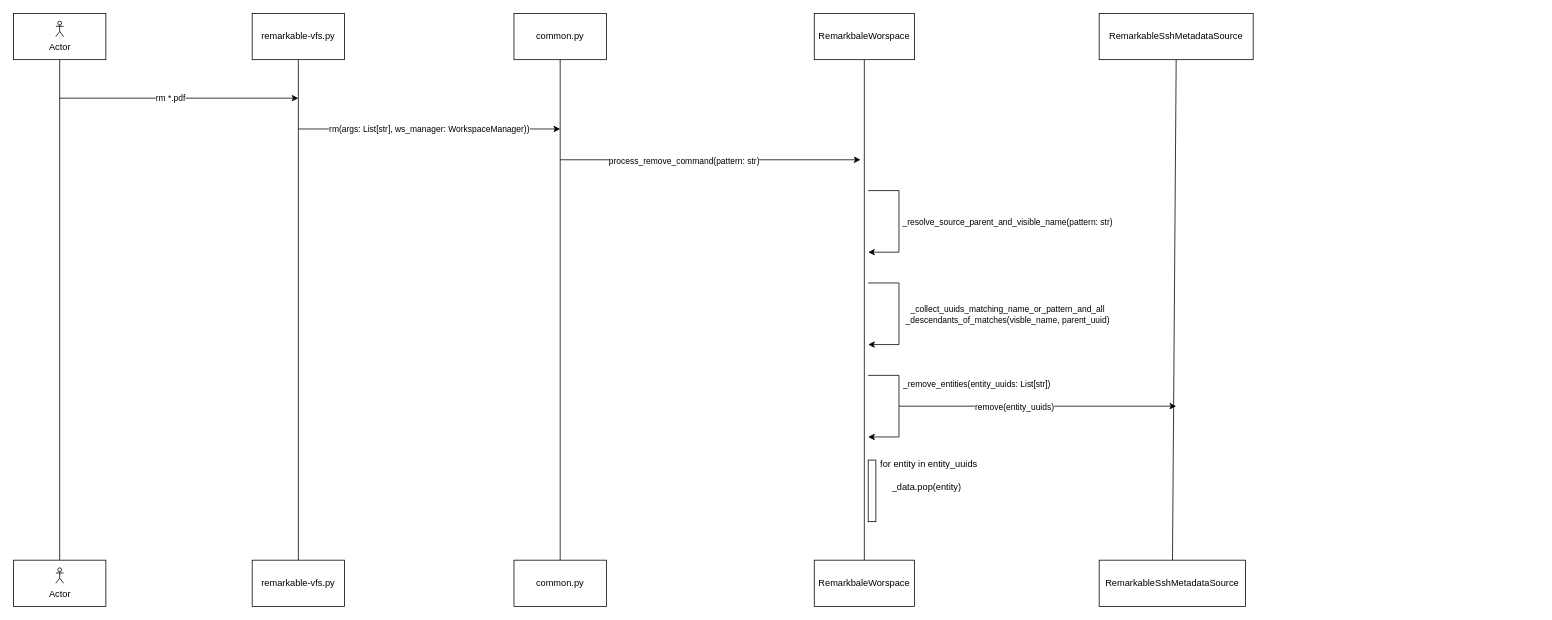
Before: doc/rm-sequence-diagram.drawio in heidi-holappa/remarkable-virtual-filesystem, a draw.io diagram. Source tidied: cells renumbered, new cells numbered last; positions are measured from the earlier drawing's top-left corner, leaving out a move shared by most shapes. Both pictures are drawn from the tidied source at 77%, with x=0, y=0 at pixel (13, 13).
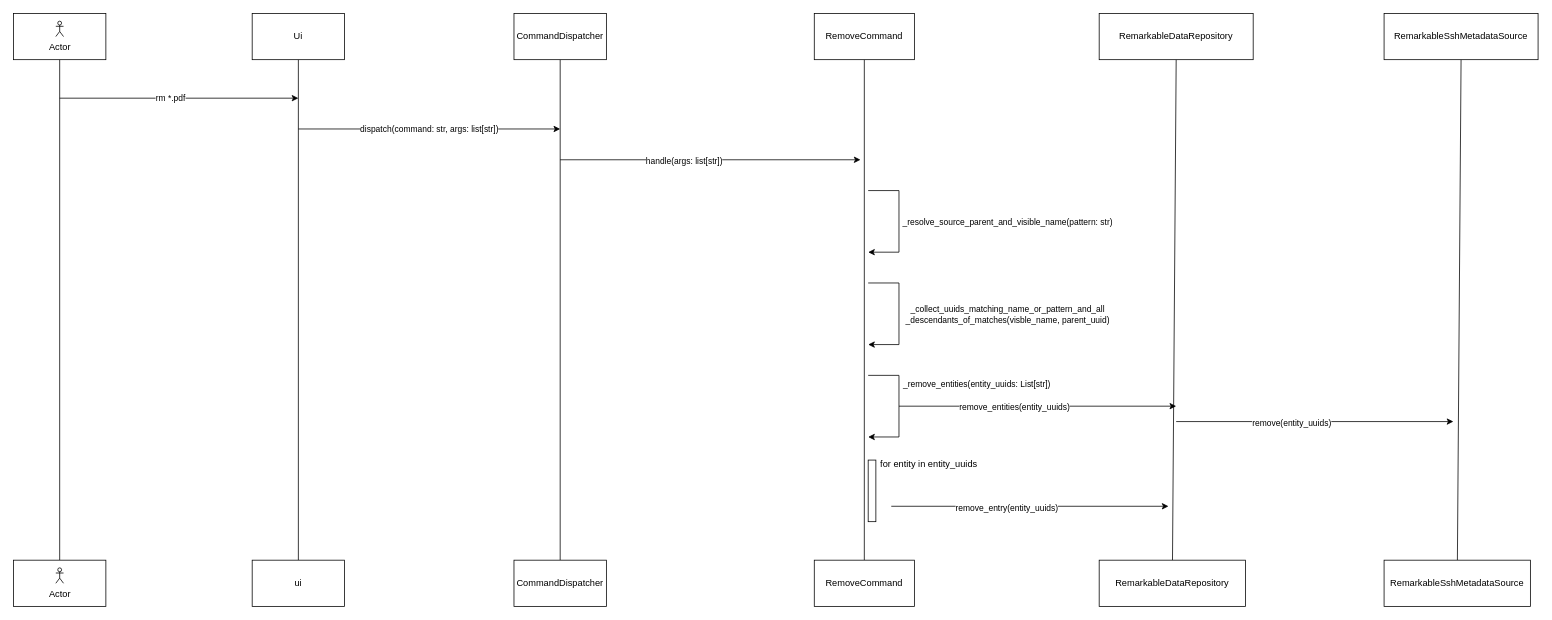
The same diagram, later.

The change refers to these unchanged cells:
```xml
<mxCell id="21" style="endArrow=classic;html=1;rounded=0;" parent="1" edge="1">
  <mxGeometry relative="1" as="geometry">
    <mxPoint x="370" y="150" as="sourcePoint" />
    <mxPoint x="710" y="150" as="targetPoint" />
  </mxGeometry>
</mxCell>
<mxCell id="23" style="endArrow=classic;html=1;rounded=0;" parent="1" edge="1">
  <mxGeometry relative="1" as="geometry">
    <mxPoint x="710" y="190" as="sourcePoint" />
    <mxPoint x="1100" y="190" as="targetPoint" />
  </mxGeometry>
</mxCell>
<mxCell id="31" style="endArrow=classic;html=1;rounded=0;" parent="1" edge="1">
  <mxGeometry relative="1" as="geometry">
    <mxPoint x="1150" y="510" as="sourcePoint" />
    <mxPoint x="1510" y="510" as="targetPoint" />
  </mxGeometry>
</mxCell>
```

Change to the diagram source:
```diff
@@
-    <mxCell id="6" value="remarkable-vfs.py" style="rounded=0;whiteSpace=wrap;html=1;" parent="1" vertex="1">
+    <mxCell id="6" value="Ui" style="rounded=0;whiteSpace=wrap;html=1;" parent="1" vertex="1">
       <mxGeometry x="310" width="120" height="60" as="geometry" />
     </mxCell>
-    <mxCell id="7" value="remarkable-vfs.py" style="rounded=0;whiteSpace=wrap;html=1;" parent="1" vertex="1">
+    <mxCell id="7" value="ui" style="rounded=0;whiteSpace=wrap;html=1;" parent="1" vertex="1">
       <mxGeometry x="310" y="710" width="120" height="60" as="geometry" />
     </mxCell>
@@
-    <mxCell id="9" value="common.py" style="rounded=0;whiteSpace=wrap;html=1;" parent="1" vertex="1">
+    <mxCell id="9" value="CommandDispatcher" style="rounded=0;whiteSpace=wrap;html=1;" parent="1" vertex="1">
       <mxGeometry x="650" width="120" height="60" as="geometry" />
     </mxCell>
-    <mxCell id="10" value="common.py" style="rounded=0;whiteSpace=wrap;html=1;" parent="1" vertex="1">
+    <mxCell id="10" value="CommandDispatcher" style="rounded=0;whiteSpace=wrap;html=1;" parent="1" vertex="1">
       <mxGeometry x="650" y="710" width="120" height="60" as="geometry" />
     </mxCell>
@@
-    <mxCell id="12" value="RemarkbaleWorspace" style="rounded=0;whiteSpace=wrap;html=1;" parent="1" vertex="1">
+    <mxCell id="12" value="RemoveCommand" style="rounded=0;whiteSpace=wrap;html=1;" parent="1" vertex="1">
       <mxGeometry x="1040" width="130" height="60" as="geometry" />
     </mxCell>
-    <mxCell id="13" value="RemarkbaleWorspace" style="rounded=0;whiteSpace=wrap;html=1;" parent="1" vertex="1">
+    <mxCell id="13" value="RemoveCommand" style="rounded=0;whiteSpace=wrap;html=1;" parent="1" vertex="1">
       <mxGeometry x="1040" y="710" width="130" height="60" as="geometry" />
     </mxCell>
@@
-    <mxCell id="15" value="RemarkableSshMetadataSource" style="rounded=0;whiteSpace=wrap;html=1;" parent="1" vertex="1">
+    <mxCell id="15" value="RemarkableDataRepository" style="rounded=0;whiteSpace=wrap;html=1;" parent="1" vertex="1">
       <mxGeometry x="1410" width="200" height="60" as="geometry" />
     </mxCell>
-    <mxCell id="16" value="RemarkableSshMetadataSource" style="rounded=0;whiteSpace=wrap;html=1;" parent="1" vertex="1">
+    <mxCell id="16" value="RemarkableDataRepository" style="rounded=0;whiteSpace=wrap;html=1;" parent="1" vertex="1">
       <mxGeometry x="1410" y="710" width="190" height="60" as="geometry" />
     </mxCell>
@@
-    <mxCell id="22" value="rm(args: List[str], ws_manager: WorkspaceManager))" style="edgeLabel;html=1;align=center;verticalAlign=middle;" parent="21" vertex="1">
+    <mxCell id="22" value="dispatch(command: str, args: list[str])" style="edgeLabel;html=1;align=center;verticalAlign=middle;" parent="21" vertex="1">
       <mxGeometry x="-0.21" y="1" relative="1" as="geometry">
         <mxPoint x="35" as="offset" />
       </mxGeometry>
     </mxCell>
@@
-    <mxCell id="24" value="process_remove_command(pattern: str)" style="edgeLabel;html=1;align=center;verticalAlign=middle;" parent="23" vertex="1">
+    <mxCell id="24" value="handle(args: list[str])" style="edgeLabel;html=1;align=center;verticalAlign=middle;" parent="23" vertex="1">
       <mxGeometry x="-0.18" y="-1" relative="1" as="geometry" />
     </mxCell>
@@
-    <mxCell id="32" value="remove(entity_uuids)" style="edgeLabel;html=1;align=center;verticalAlign=middle;" parent="31" vertex="1">
+    <mxCell id="32" value="remove_entities(entity_uuids)" style="edgeLabel;html=1;align=center;verticalAlign=middle;" parent="31" vertex="1">
       <mxGeometry x="-0.17" y="-1" relative="1" as="geometry" />
     </mxCell>
@@
-    <mxCell id="34" value="_data.pop(entity)" style="text;strokeColor=none;fillColor=none;align=left;verticalAlign=middle;spacingLeft=4;spacingRight=4;overflow=hidden;whiteSpace=wrap;html=1;" parent="1" vertex="1">
-      <mxGeometry x="1135" y="600" width="115" height="30" as="geometry" />
-    </mxCell>
@@
+    <mxCell id="36" style="endArrow=none;html=1;rounded=0;entryX=0.5;entryY=1;entryDx=0;entryDy=0;" parent="1" edge="1" source="38" target="37">
+      <mxGeometry relative="1" as="geometry" />
+    </mxCell>
+    <mxCell id="37" value="RemarkableSshMetadataSource" style="rounded=0;whiteSpace=wrap;html=1;" parent="1" vertex="1">
+      <mxGeometry x="1780" width="200" height="60" as="geometry" />
+    </mxCell>
+    <mxCell id="38" value="RemarkableSshMetadataSource" style="rounded=0;whiteSpace=wrap;html=1;" parent="1" vertex="1">
+      <mxGeometry x="1780" y="710" width="190" height="60" as="geometry" />
+    </mxCell>
+    <mxCell id="39" style="endArrow=classic;html=1;rounded=0;" parent="1" edge="1">
+      <mxGeometry relative="1" as="geometry">
+        <mxPoint x="1510" y="530" as="sourcePoint" />
+        <mxPoint x="1870" y="530" as="targetPoint" />
+      </mxGeometry>
+    </mxCell>
+    <mxCell id="40" value="remove(entity_uuids)" style="edgeLabel;html=1;align=center;verticalAlign=middle;" parent="39" vertex="1">
+      <mxGeometry x="-0.17" y="-1" relative="1" as="geometry" />
+    </mxCell>
+    <mxCell id="41" style="endArrow=classic;html=1;rounded=0;" parent="1" edge="1">
+      <mxGeometry relative="1" as="geometry">
+        <mxPoint x="1140" y="640" as="sourcePoint" />
+        <mxPoint x="1500" y="640" as="targetPoint" />
+      </mxGeometry>
+    </mxCell>
+    <mxCell id="42" value="remove_entry(entity_uuids)" style="edgeLabel;html=1;align=center;verticalAlign=middle;" parent="41" vertex="1">
+      <mxGeometry x="-0.17" y="-1" relative="1" as="geometry" />
+    </mxCell>
```
